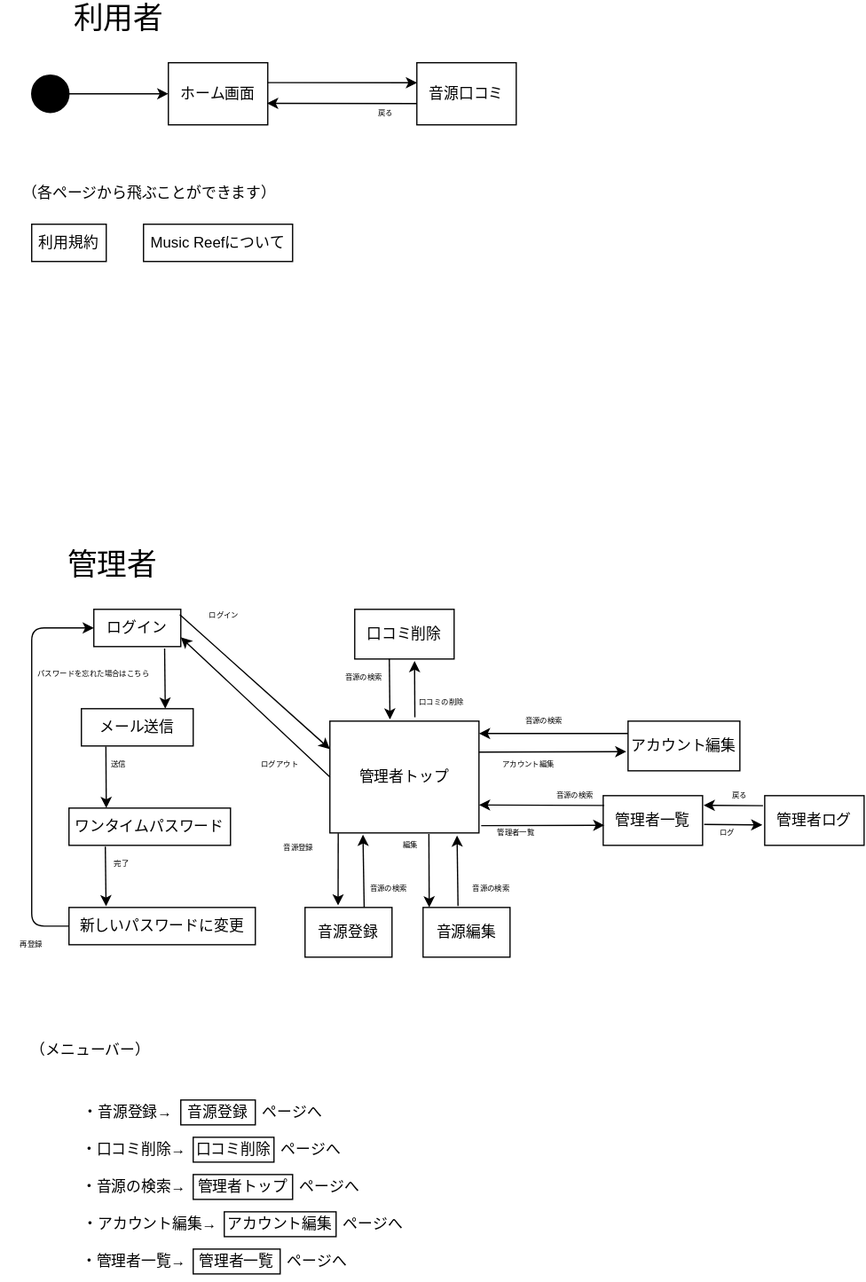
Earlier version of the draw.io export ab.drawio.svg (IshiYoshi765/uml-introduction). Source tidied: cells renumbered, new cells last; positions are measured from the earlier drawing's top-left corner, leaving out a move shared by most shapes.
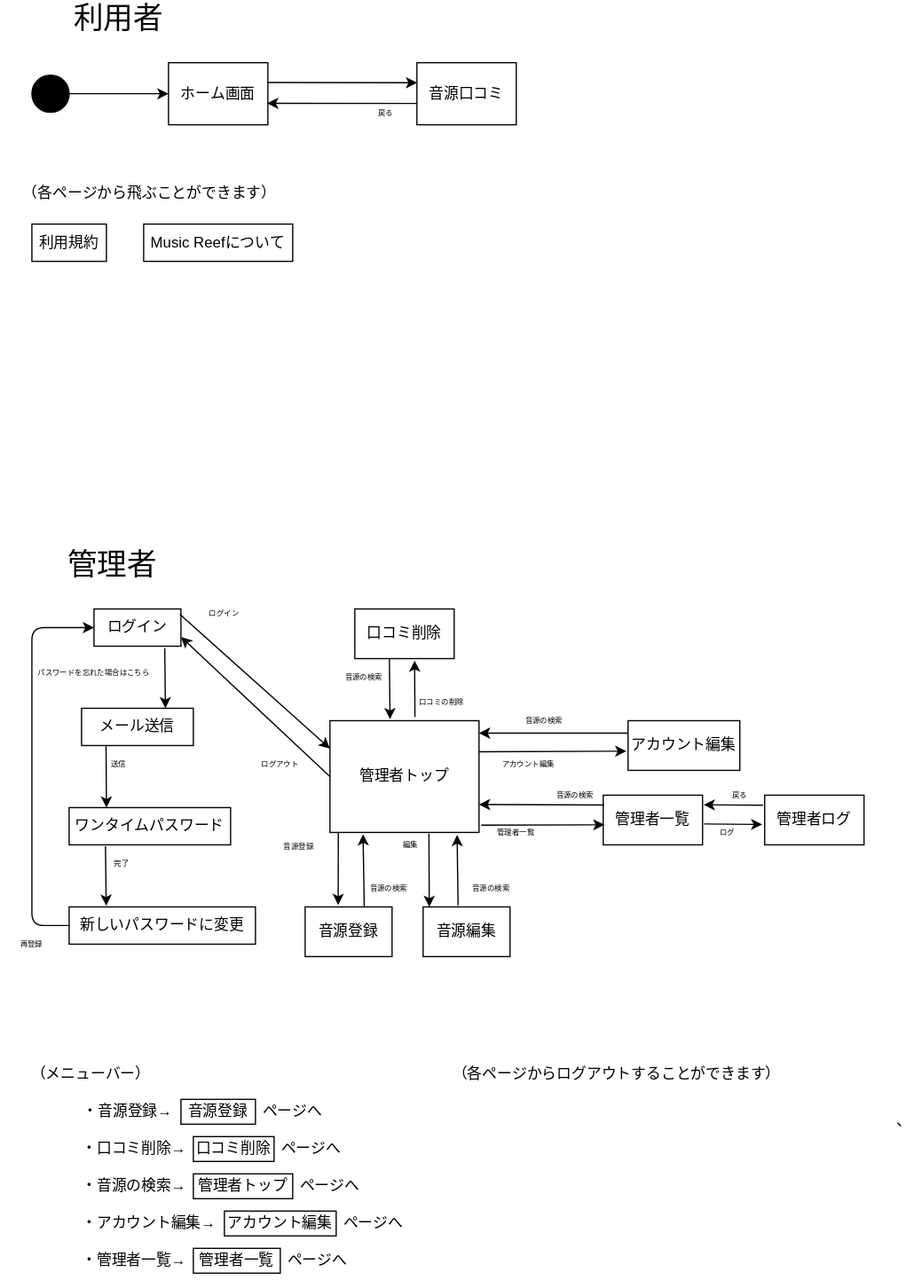
The same diagram one commit later.

The edit, as a diff of the source:
```diff
@@ -191,7 +191,7 @@
       <mxGeometry x="280" y="70" width="60" height="30" as="geometry" />
     </mxCell>
     <mxCell id="61" value="&lt;font style=&quot;font-size: 12px;&quot;&gt;（メニューバー）&lt;br&gt;&lt;/font&gt;" style="text;html=1;strokeColor=none;fillColor=none;align=center;verticalAlign=middle;whiteSpace=wrap;rounded=0;fontSize=6;" parent="1" vertex="1">
-      <mxGeometry y="820" width="145" height="50" as="geometry" />
+      <mxGeometry y="840" width="145" height="50" as="geometry" />
     </mxCell>
     <mxCell id="62" value="・音源登録→" style="text;html=1;strokeColor=none;fillColor=none;align=center;verticalAlign=middle;whiteSpace=wrap;rounded=0;fontSize=12;" parent="1" vertex="1">
       <mxGeometry x="45" y="880" width="115" height="30" as="geometry" />
@@ -238,5 +238,11 @@
     <mxCell id="76" value="ページへ" style="text;html=1;strokeColor=none;fillColor=none;align=center;verticalAlign=middle;whiteSpace=wrap;rounded=0;fontSize=12;" parent="1" vertex="1">
       <mxGeometry x="225" y="1005" width="60" height="20" as="geometry" />
     </mxCell>
+    <mxCell id="77" value="、" style="text;html=1;strokeColor=none;fillColor=none;align=center;verticalAlign=middle;whiteSpace=wrap;rounded=0;fontSize=12;" parent="1" vertex="1">
+      <mxGeometry x="715" y="890" width="25" height="25" as="geometry" />
+    </mxCell>
+    <mxCell id="78" value="（各ページからログアウトすることができます）" style="text;html=1;strokeColor=none;fillColor=none;align=center;verticalAlign=middle;whiteSpace=wrap;rounded=0;fontSize=12;" parent="1" vertex="1">
+      <mxGeometry x="350" y="850" width="292" height="30" as="geometry" />
+    </mxCell>
   </root>
 </mxGraphModel>
```
